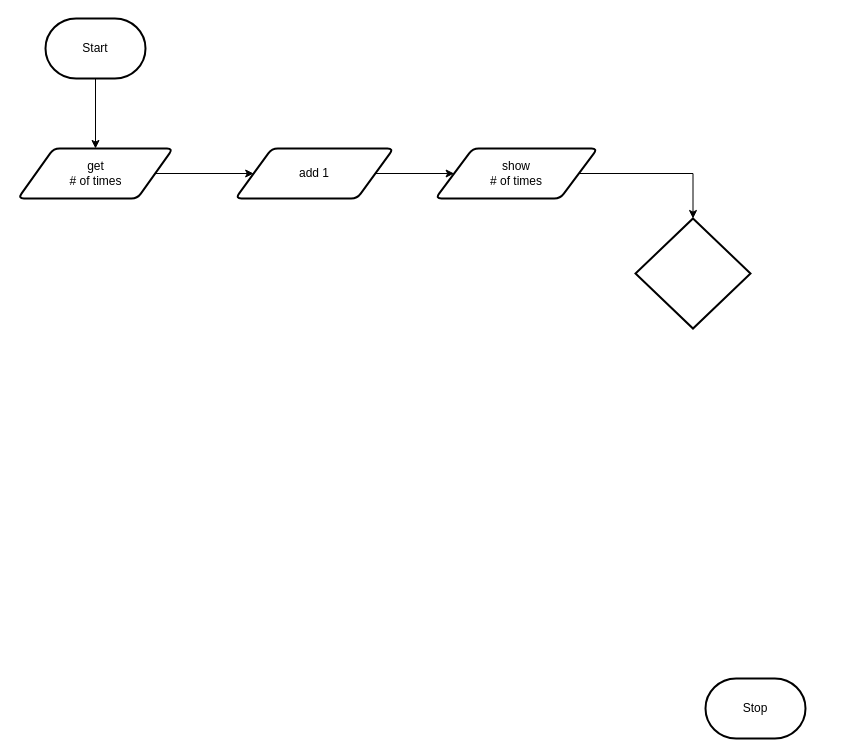
The draw.io diagram design/flowchart.drawio in MTHS-ICS2O-2-2022/ICS2O-Final-Project-Group16, before the edit. Source tidied: cells renumbered, new cells numbered last; positions are measured from the earlier drawing's top-left corner, leaving out a move shared by most shapes. Both pictures are drawn from the tidied source at 100%, with x=0, y=0 at pixel (17, 18).
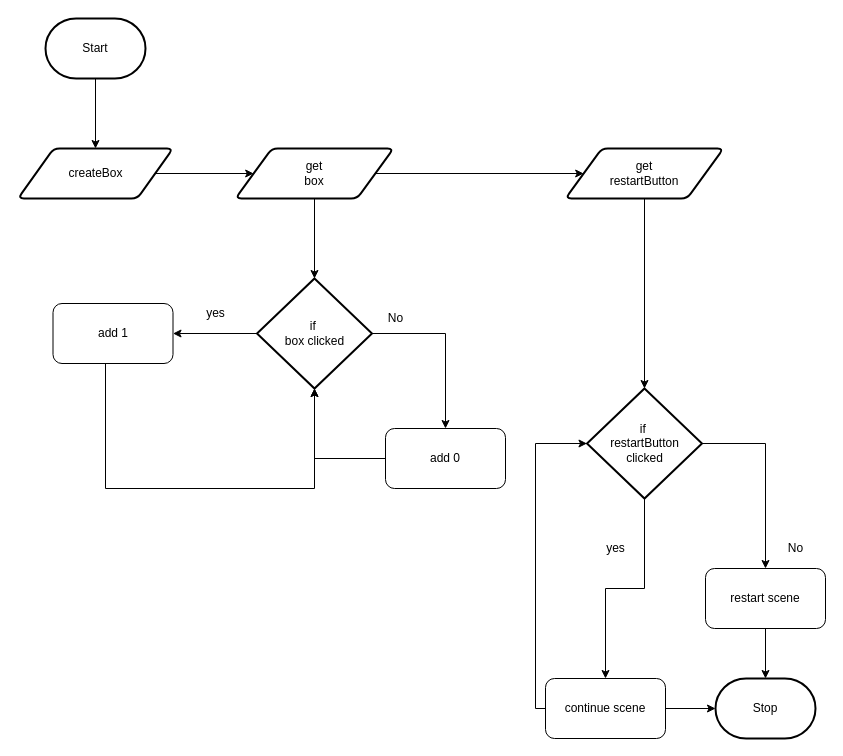
The same diagram, later.

What changed in the source:
```diff
@@
     <mxCell id="5" value="Stop" style="strokeWidth=2;html=1;shape=mxgraph.flowchart.terminator;whiteSpace=wrap;" parent="1" vertex="1">
-      <mxGeometry x="688" y="660" width="100" height="60" as="geometry" />
+      <mxGeometry x="698" y="660" width="100" height="60" as="geometry" />
     </mxCell>
@@
-    <mxCell id="7" value="get&lt;br&gt;# of times" style="shape=parallelogram;html=1;strokeWidth=2;perimeter=parallelogramPerimeter;whiteSpace=wrap;rounded=1;arcSize=12;size=0.23;" parent="1" vertex="1">
+    <mxCell id="7" value="createBox" style="shape=parallelogram;html=1;strokeWidth=2;perimeter=parallelogramPerimeter;whiteSpace=wrap;rounded=1;arcSize=12;size=0.23;" parent="1" vertex="1">
       <mxGeometry x="0.5" y="130" width="155" height="50" as="geometry" />
     </mxCell>
-    <mxCell id="8" style="edgeStyle=orthogonalEdgeStyle;html=1;rounded=0;" parent="1" edge="1" source="9" target="10">
-      <mxGeometry relative="1" as="geometry" />
-    </mxCell>
-    <mxCell id="9" value="&lt;span style=&quot;font-size: 12px;&quot;&gt;show&lt;/span&gt;&lt;br style=&quot;font-size: 12px;&quot;&gt;&lt;span style=&quot;font-size: 12px;&quot;&gt;# of times&lt;/span&gt;" style="shape=parallelogram;html=1;strokeWidth=2;perimeter=parallelogramPerimeter;whiteSpace=wrap;rounded=1;arcSize=12;size=0.23;fontFamily=Helvetica;fontSize=11;fontColor=default;" parent="1" vertex="1">
-      <mxGeometry x="418" y="130" width="162" height="50" as="geometry" />
-    </mxCell>
+    <mxCell id="13" style="edgeStyle=orthogonalEdgeStyle;rounded=0;html=1;" parent="1" edge="1" source="10" target="17">
+      <mxGeometry relative="1" as="geometry" />
+    </mxCell>
+    <mxCell id="14" style="edgeStyle=orthogonalEdgeStyle;rounded=0;html=1;entryX=0.5;entryY=0;entryDx=0;entryDy=0;" parent="1" edge="1" source="10" target="20">
+      <mxGeometry relative="1" as="geometry" />
+    </mxCell>
-    <mxCell id="10" style="strokeWidth=2;html=1;shape=mxgraph.flowchart.decision;whiteSpace=wrap;" parent="1" vertex="1">
-      <mxGeometry x="618" y="200" width="115" height="110" as="geometry" />
+    <mxCell id="10" value="if&amp;nbsp;&lt;br&gt;box clicked" style="strokeWidth=2;html=1;shape=mxgraph.flowchart.decision;whiteSpace=wrap;" parent="1" vertex="1">
+      <mxGeometry x="239.5" y="260" width="115" height="110" as="geometry" />
     </mxCell>
-    <mxCell id="11" style="edgeStyle=orthogonalEdgeStyle;html=1;rounded=0;" parent="1" edge="1" source="12" target="9">
+    <mxCell id="11" style="edgeStyle=orthogonalEdgeStyle;html=1;rounded=0;" parent="1" edge="1" source="12" target="10">
       <mxGeometry relative="1" as="geometry" />
     </mxCell>
+    <mxCell id="15" style="edgeStyle=orthogonalEdgeStyle;rounded=0;html=1;entryX=0;entryY=0.5;entryDx=0;entryDy=0;" parent="1" edge="1" source="12" target="22">
+      <mxGeometry relative="1" as="geometry" />
+    </mxCell>
-    <mxCell id="12" value="add 1" style="shape=parallelogram;html=1;strokeWidth=2;perimeter=parallelogramPerimeter;whiteSpace=wrap;rounded=1;arcSize=12;size=0.23;" parent="1" vertex="1">
+    <mxCell id="12" value="get&lt;br&gt;box" style="shape=parallelogram;html=1;strokeWidth=2;perimeter=parallelogramPerimeter;whiteSpace=wrap;rounded=1;arcSize=12;size=0.23;" parent="1" vertex="1">
       <mxGeometry x="218" y="130" width="158" height="50" as="geometry" />
     </mxCell>
+    <mxCell id="16" style="edgeStyle=orthogonalEdgeStyle;rounded=0;html=1;entryX=0.5;entryY=1;entryDx=0;entryDy=0;entryPerimeter=0;" parent="1" edge="1" source="17" target="10">
+      <mxGeometry relative="1" as="geometry">
+        <Array as="points">
+          <mxPoint x="88" y="470" />
+          <mxPoint x="297" y="470" />
+        </Array>
+      </mxGeometry>
+    </mxCell>
+    <mxCell id="17" value="add 1" style="rounded=1;whiteSpace=wrap;html=1;" parent="1" vertex="1">
+      <mxGeometry x="35.5" y="285" width="120" height="60" as="geometry" />
+    </mxCell>
+    <mxCell id="18" value="yes" style="text;html=1;align=center;verticalAlign=middle;strokeColor=none;fillColor=none;" parent="1" vertex="1">
+      <mxGeometry x="178" y="280" width="40" height="30" as="geometry" />
+    </mxCell>
+    <mxCell id="19" style="edgeStyle=orthogonalEdgeStyle;rounded=0;html=1;entryX=0.5;entryY=1;entryDx=0;entryDy=0;entryPerimeter=0;" parent="1" edge="1" source="20" target="10">
+      <mxGeometry relative="1" as="geometry" />
+    </mxCell>
+    <mxCell id="20" value="add 0" style="rounded=1;whiteSpace=wrap;html=1;" parent="1" vertex="1">
+      <mxGeometry x="368" y="410" width="120" height="60" as="geometry" />
+    </mxCell>
+    <mxCell id="21" style="edgeStyle=orthogonalEdgeStyle;rounded=0;html=1;entryX=0.5;entryY=0;entryDx=0;entryDy=0;entryPerimeter=0;" parent="1" edge="1" source="22" target="26">
+      <mxGeometry relative="1" as="geometry" />
+    </mxCell>
+    <mxCell id="22" value="get&lt;br&gt;restartButton" style="shape=parallelogram;html=1;strokeWidth=2;perimeter=parallelogramPerimeter;whiteSpace=wrap;rounded=1;arcSize=12;size=0.23;" parent="1" vertex="1">
+      <mxGeometry x="548" y="130" width="158" height="50" as="geometry" />
+    </mxCell>
+    <mxCell id="23" value="No" style="text;html=1;align=center;verticalAlign=middle;strokeColor=none;fillColor=none;" parent="1" vertex="1">
+      <mxGeometry x="358" y="285" width="40" height="30" as="geometry" />
+    </mxCell>
+    <mxCell id="24" style="edgeStyle=orthogonalEdgeStyle;rounded=0;html=1;" parent="1" edge="1" source="26" target="29">
+      <mxGeometry relative="1" as="geometry" />
+    </mxCell>
+    <mxCell id="25" style="edgeStyle=orthogonalEdgeStyle;rounded=0;html=1;" parent="1" edge="1" source="26" target="31">
+      <mxGeometry relative="1" as="geometry" />
+    </mxCell>
+    <mxCell id="26" value="if&amp;nbsp;&lt;br&gt;restartButton&lt;br&gt;clicked" style="strokeWidth=2;html=1;shape=mxgraph.flowchart.decision;whiteSpace=wrap;" parent="1" vertex="1">
+      <mxGeometry x="569.5" y="370" width="115" height="110" as="geometry" />
+    </mxCell>
+    <mxCell id="27" style="edgeStyle=orthogonalEdgeStyle;rounded=0;html=1;" parent="1" edge="1" source="29" target="5">
+      <mxGeometry relative="1" as="geometry" />
+    </mxCell>
+    <mxCell id="28" style="edgeStyle=orthogonalEdgeStyle;rounded=0;html=1;entryX=0;entryY=0.5;entryDx=0;entryDy=0;entryPerimeter=0;exitX=0;exitY=0.5;exitDx=0;exitDy=0;" parent="1" edge="1" source="29" target="26">
+      <mxGeometry relative="1" as="geometry">
+        <Array as="points">
+          <mxPoint x="518" y="690" />
+          <mxPoint x="518" y="425" />
+        </Array>
+      </mxGeometry>
+    </mxCell>
+    <mxCell id="29" value="continue scene" style="rounded=1;whiteSpace=wrap;html=1;" parent="1" vertex="1">
+      <mxGeometry x="528" y="660" width="120" height="60" as="geometry" />
+    </mxCell>
+    <mxCell id="30" style="edgeStyle=orthogonalEdgeStyle;rounded=0;html=1;" parent="1" edge="1" source="31" target="5">
+      <mxGeometry relative="1" as="geometry" />
+    </mxCell>
+    <mxCell id="31" value="restart scene" style="rounded=1;whiteSpace=wrap;html=1;" parent="1" vertex="1">
+      <mxGeometry x="688" y="550" width="120" height="60" as="geometry" />
+    </mxCell>
+    <mxCell id="32" value="No" style="text;html=1;align=center;verticalAlign=middle;strokeColor=none;fillColor=none;" parent="1" vertex="1">
+      <mxGeometry x="758" y="515" width="40" height="30" as="geometry" />
+    </mxCell>
+    <mxCell id="33" value="yes" style="text;html=1;align=center;verticalAlign=middle;strokeColor=none;fillColor=none;" parent="1" vertex="1">
+      <mxGeometry x="578" y="515" width="40" height="30" as="geometry" />
+    </mxCell>
```
